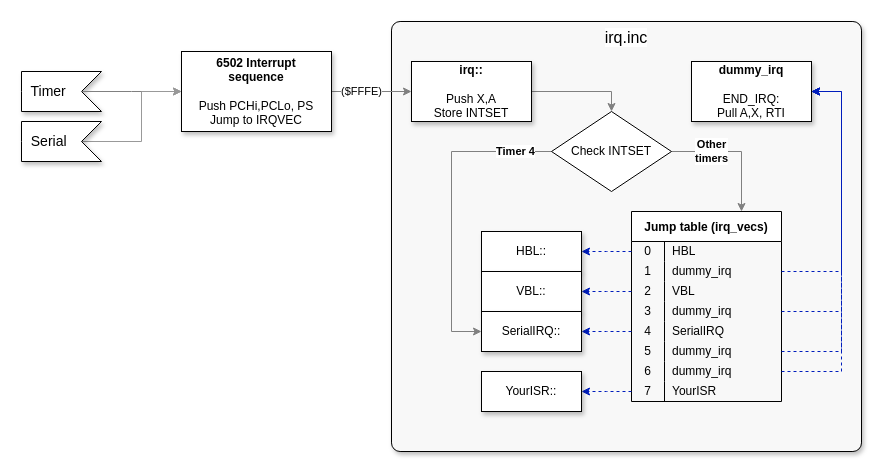
Earlier version of the draw.io diagram page "Interrupts2" (1 of 3) of bll-debugging.drawio (AtariLynx/atarilynx.github.io). Source tidied: cells renumbered, new cells numbered last; positions are measured from the earlier drawing's top-left corner, leaving out a move shared by most shapes. Both pictures are drawn from the tidied source at 100%, with x=0, y=0 at pixel (21, 21).
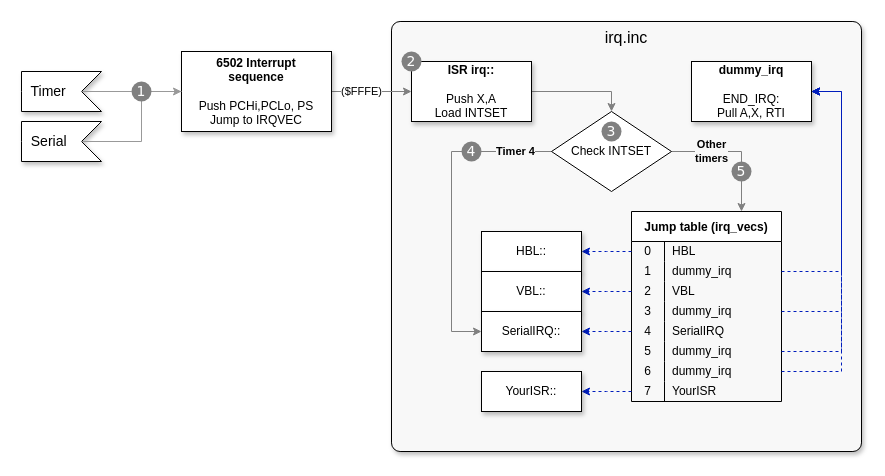
The same diagram, later.

Unchanged cells that the change refers to:
```xml
<mxCell id="29" value="&amp;nbsp; Timer" style="html=1;shape=mxgraph.infographic.ribbonSimple;notch1=20;notch2=0;align=left;verticalAlign=middle;fontSize=14;fontStyle=0;flipH=1;fillColor=#FFFFFF;shadow=1;" parent="1" vertex="1">
  <mxGeometry y="50" width="80" height="40" as="geometry" />
</mxCell>
<mxCell id="36" value="&lt;b&gt;6502 Interrupt&lt;br&gt;sequence&lt;br&gt;&lt;/b&gt;&lt;br&gt;Push PCHi,PCLo, PS&lt;br&gt;Jump to IRQVEC" style="rounded=0;whiteSpace=wrap;html=1;labelBackgroundColor=#FFFFFF;fillColor=#FFFFFF;shadow=1;" parent="1" vertex="1">
  <mxGeometry x="160" y="30" width="150" height="80" as="geometry" />
</mxCell>
<mxCell id="39" value="Check INTSET" style="rhombus;whiteSpace=wrap;html=1;labelBackgroundColor=#FFFFFF;fillColor=#FFFFFF;" parent="1" vertex="1">
  <mxGeometry x="530" y="90" width="120" height="80" as="geometry" />
</mxCell>
<mxCell id="41" value="&amp;nbsp; Serial" style="html=1;shape=mxgraph.infographic.ribbonSimple;notch1=20;notch2=0;align=left;verticalAlign=middle;fontSize=14;fontStyle=0;flipH=1;fillColor=#FFFFFF;shadow=1;" parent="1" vertex="1">
  <mxGeometry y="100" width="80" height="40" as="geometry" />
</mxCell>
<mxCell id="50" value="SerialIRQ::" style="rounded=0;whiteSpace=wrap;html=1;labelBackgroundColor=#FFFFFF;fillColor=#FFFFFF;shadow=1;" parent="1" vertex="1">
  <mxGeometry x="460" y="290" width="100" height="40" as="geometry" />
</mxCell>
```

What changed in the source:
```diff
@@
-    <mxCell id="2" value="&lt;font style=&quot;font-size: 16px;&quot;&gt;irq.inc&lt;/font&gt;" style="rounded=1;whiteSpace=wrap;html=1;shadow=1;labelBackgroundColor=#FFFFFF;fontSize=10;fillColor=#F8F8F8;arcSize=2;align=center;verticalAlign=top;" parent="1" vertex="1">
+    <mxCell id="2" value="&lt;font style=&quot;font-size: 16px;&quot;&gt;irq.inc&lt;/font&gt;" style="rounded=1;whiteSpace=wrap;html=1;shadow=1;labelBackgroundColor=#F8F8F8;fontSize=10;fillColor=#F8F8F8;arcSize=2;align=center;verticalAlign=top;" parent="1" vertex="1">
       <mxGeometry x="370" width="470" height="430" as="geometry" />
     </mxCell>
@@
-    <mxCell id="30" style="endArrow=classic;html=1;exitX=0;exitY=0;exitDx=20;exitDy=20;exitPerimeter=0;entryX=0;entryY=0.5;entryDx=0;entryDy=0;edgeStyle=elbowEdgeStyle;rounded=0;strokeColor=#808080;" parent="1" edge="1" source="29" target="36">
-      <mxGeometry relative="1" as="geometry">
-        <Array as="points">
-          <mxPoint x="110" y="80" />
-        </Array>
-      </mxGeometry>
-    </mxCell>
@@
-    <mxCell id="37" value="&lt;b&gt;Timer 4&lt;/b&gt;" style="edgeStyle=elbowEdgeStyle;rounded=0;html=1;entryX=0;entryY=0.5;entryDx=0;entryDy=0;fillColor=#d80073;strokeColor=#808080;exitX=0;exitY=0.5;exitDx=0;exitDy=0;" parent="1" edge="1" source="39" target="50">
+    <mxCell id="37" value="&lt;b&gt;Timer 4&lt;/b&gt;" style="edgeStyle=elbowEdgeStyle;rounded=0;html=1;entryX=0;entryY=0.5;entryDx=0;entryDy=0;fillColor=#d80073;strokeColor=#808080;exitX=0;exitY=0.5;exitDx=0;exitDy=0;startArrow=none;labelBackgroundColor=#F8F8F8;" parent="1" edge="1" source="39" target="50">
       <mxGeometry x="-0.77" relative="1" as="geometry">
         <Array as="points">
           <mxPoint x="430" y="160" />
           <mxPoint x="450" y="220" />
           <mxPoint x="690" y="210" />
           <mxPoint x="590" y="170" />
         </Array>
       </mxGeometry>
     </mxCell>
-    <mxCell id="38" value="&lt;b&gt;Other&lt;br&gt;timers&lt;/b&gt;" style="edgeStyle=elbowEdgeStyle;rounded=0;html=1;exitX=1;exitY=0.5;exitDx=0;exitDy=0;strokeColor=#808080;" parent="1" edge="1" source="39">
+    <mxCell id="38" value="&lt;b&gt;Other&lt;br&gt;timers&lt;/b&gt;" style="edgeStyle=elbowEdgeStyle;rounded=0;html=1;exitX=1;exitY=0.5;exitDx=0;exitDy=0;strokeColor=#808080;startArrow=none;labelBackgroundColor=#F8F8F8;" parent="1" edge="1" source="39">
       <mxGeometry x="-0.38" relative="1" as="geometry">
         <mxPoint x="720" y="190" as="targetPoint" />
         <Array as="points">
           <mxPoint x="720" y="180" />
         </Array>
       </mxGeometry>
     </mxCell>
@@
-    <mxCell id="40" style="edgeStyle=elbowEdgeStyle;rounded=0;html=1;exitX=0;exitY=0;exitDx=20;exitDy=20;exitPerimeter=0;entryX=0;entryY=0.5;entryDx=0;entryDy=0;strokeColor=#999999;" parent="1" edge="1" source="41" target="36">
-      <mxGeometry relative="1" as="geometry">
-        <Array as="points">
-          <mxPoint x="120" y="110" />
-        </Array>
-      </mxGeometry>
+    <mxCell id="40" style="edgeStyle=elbowEdgeStyle;rounded=0;html=1;entryX=0;entryY=0.5;entryDx=0;entryDy=0;strokeColor=#999999;startArrow=none;exitX=0;exitY=0;exitDx=20;exitDy=20;exitPerimeter=0;" parent="1" edge="1" source="29" target="36">
+      <mxGeometry relative="1" as="geometry" />
     </mxCell>
@@
-    <mxCell id="43" value="&lt;b&gt;irq::&lt;br&gt;&lt;/b&gt;&lt;br&gt;Push X,A&lt;br&gt;Store INTSET" style="rounded=0;whiteSpace=wrap;html=1;labelBackgroundColor=#FFFFFF;fillColor=#FFFFFF;shadow=1;" parent="1" vertex="1">
+    <mxCell id="43" value="&lt;b&gt;ISR irq::&lt;br&gt;&lt;/b&gt;&lt;br&gt;Push X,A&lt;br&gt;Load INTSET" style="rounded=0;whiteSpace=wrap;html=1;labelBackgroundColor=#FFFFFF;fillColor=#FFFFFF;shadow=1;" parent="1" vertex="1">
       <mxGeometry x="390" y="40" width="120" height="60" as="geometry" />
     </mxCell>
@@
+    <mxCell id="52" style="edgeStyle=elbowEdgeStyle;rounded=0;html=1;exitX=0;exitY=0;exitDx=20;exitDy=20;exitPerimeter=0;entryX=0;entryY=0.5;entryDx=0;entryDy=0;strokeColor=#999999;endArrow=none;" parent="1" edge="1" source="41" target="36">
+      <mxGeometry relative="1" as="geometry">
+        <Array as="points">
+          <mxPoint x="120" y="100" />
+        </Array>
+      </mxGeometry>
+    </mxCell>
+    <mxCell id="53" value="1" style="ellipse;whiteSpace=wrap;html=1;shadow=0;labelBackgroundColor=#808080;fontSize=14;fillColor=#808080;strokeColor=none;fontColor=#FFFFFF;fontFamily=Verdana;" parent="1" vertex="1">
+      <mxGeometry x="110" y="60" width="20" height="20" as="geometry" />
+    </mxCell>
+    <mxCell id="54" value="2" style="ellipse;whiteSpace=wrap;html=1;shadow=0;labelBackgroundColor=#808080;fontSize=14;fillColor=#808080;strokeColor=none;fontColor=#FFFFFF;fontFamily=Verdana;" parent="1" vertex="1">
+      <mxGeometry x="380" y="30" width="20" height="20" as="geometry" />
+    </mxCell>
+    <mxCell id="55" value="3" style="ellipse;whiteSpace=wrap;html=1;shadow=0;labelBackgroundColor=#808080;fontSize=14;fillColor=#808080;strokeColor=none;fontColor=#FFFFFF;fontFamily=Verdana;" parent="1" vertex="1">
+      <mxGeometry x="580" y="100" width="20" height="20" as="geometry" />
+    </mxCell>
+    <mxCell id="56" value="5" style="ellipse;whiteSpace=wrap;html=1;shadow=0;labelBackgroundColor=#808080;fontSize=14;fillColor=#808080;strokeColor=none;fontColor=#FFFFFF;fontFamily=Verdana;" parent="1" vertex="1">
+      <mxGeometry x="710" y="140" width="20" height="20" as="geometry" />
+    </mxCell>
+    <mxCell id="57" value="4" style="ellipse;whiteSpace=wrap;html=1;shadow=0;labelBackgroundColor=#808080;fontSize=14;fillColor=#808080;strokeColor=none;fontColor=#FFFFFF;fontFamily=Verdana;" parent="1" vertex="1">
+      <mxGeometry x="440" y="120" width="20" height="20" as="geometry" />
+    </mxCell>
```
